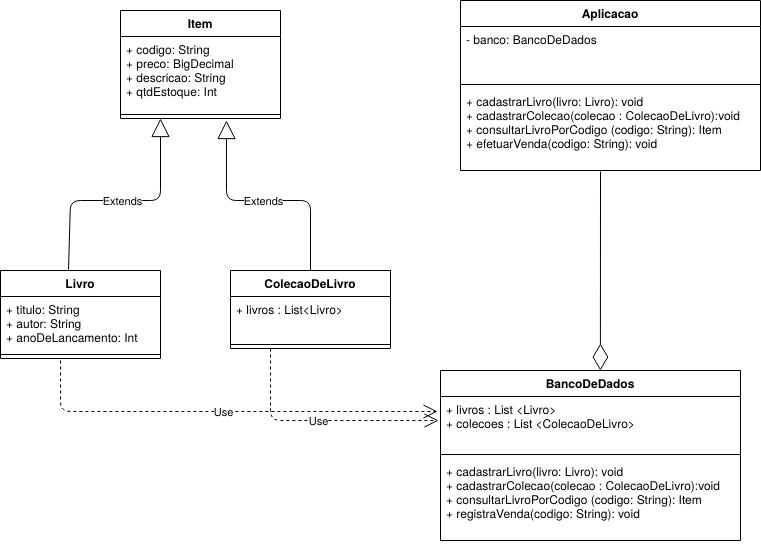
This is midia/preDesafioKotlin.png from RafRunner/PreDesafioKotlin, a draw.io export, as it was before one commit. Source tidied: cells renumbered, new cells last; positions are measured from the earlier drawing's top-left corner, leaving out a move shared by most shapes. The source it was exported from:
```xml
<mxGraphModel background="#ffffff">
  <root>
    <mxCell id="0" />
    <mxCell id="1" parent="0" />
    <mxCell id="2" value="Extends" style="endArrow=block;endSize=16;endFill=0;html=1;entryX=0.25;entryY=1;entryDx=0;entryDy=0;exitX=0.425;exitY=-0.009;exitDx=0;exitDy=0;exitPerimeter=0;" parent="1" edge="1" source="7" target="4">
      <mxGeometry relative="1" as="geometry">
        <Array as="points">
          <mxPoint x="70" y="200" />
          <mxPoint x="160" y="200" />
        </Array>
      </mxGeometry>
    </mxCell>
    <mxCell id="3" value="Extends" style="endArrow=block;endSize=16;endFill=0;html=1;" parent="1" edge="1" source="10">
      <mxGeometry relative="1" as="geometry">
        <mxPoint x="226" y="120" as="targetPoint" />
        <Array as="points">
          <mxPoint x="310" y="200" />
          <mxPoint x="226" y="200" />
        </Array>
      </mxGeometry>
    </mxCell>
    <mxCell id="4" value="Item" style="swimlane;fontStyle=1;align=center;verticalAlign=top;horizontal=1;startSize=26;" parent="1" vertex="1">
      <mxGeometry x="120" y="10" width="160" height="108" as="geometry" />
    </mxCell>
    <mxCell id="5" value="+ codigo: String&#10;+ preco: BigDecimal&#10;+ descricao: String&#10;+ qtdEstoque: Int&#10;" style="text;strokeColor=none;fillColor=none;align=left;verticalAlign=top;spacingLeft=4;spacingRight=4;overflow=hidden;" parent="4" vertex="1">
      <mxGeometry y="26" width="160" height="74" as="geometry" />
    </mxCell>
    <mxCell id="6" style="line;strokeWidth=1;fillColor=none;align=left;verticalAlign=middle;spacingTop=-1;spacingLeft=3;spacingRight=3;labelPosition=right;" parent="4" vertex="1">
      <mxGeometry y="100" width="160" height="8" as="geometry" />
    </mxCell>
    <mxCell id="7" value="Livro" style="swimlane;fontStyle=1;align=center;verticalAlign=top;horizontal=1;startSize=26;" parent="1" vertex="1">
      <mxGeometry y="270" width="160" height="88" as="geometry" />
    </mxCell>
    <mxCell id="8" value="+ titulo: String&#10;+ autor: String&#10;+ anoDeLancamento: Int&#10;&#10;&#10;" style="text;strokeColor=none;fillColor=none;align=left;verticalAlign=top;spacingLeft=4;spacingRight=4;overflow=hidden;points=[[0,0.5],[1,0.5]];portConstraint=eastwest;" parent="7" vertex="1">
      <mxGeometry y="26" width="160" height="54" as="geometry" />
    </mxCell>
    <mxCell id="9" style="line;strokeWidth=1;fillColor=none;align=left;verticalAlign=middle;spacingTop=-1;spacingLeft=3;spacingRight=3;labelPosition=right;" parent="7" vertex="1">
      <mxGeometry y="80" width="160" height="8" as="geometry" />
    </mxCell>
    <mxCell id="10" value="ColecaoDeLivro" style="swimlane;fontStyle=1;align=center;verticalAlign=top;horizontal=1;startSize=26;" parent="1" vertex="1">
      <mxGeometry x="230" y="270" width="160" height="78" as="geometry" />
    </mxCell>
    <mxCell id="11" value="+ livros : List&lt;Livro&gt;" style="text;strokeColor=none;fillColor=none;align=left;verticalAlign=top;spacingLeft=4;spacingRight=4;overflow=hidden;points=[[0,0.5],[1,0.5]];portConstraint=eastwest;" parent="10" vertex="1">
      <mxGeometry y="26" width="160" height="44" as="geometry" />
    </mxCell>
    <mxCell id="12" style="line;strokeWidth=1;fillColor=none;align=left;verticalAlign=middle;spacingTop=-1;spacingLeft=3;spacingRight=3;labelPosition=right;" parent="10" vertex="1">
      <mxGeometry y="70" width="160" height="8" as="geometry" />
    </mxCell>
    <mxCell id="13" value="Aplicacao" style="swimlane;fontStyle=1;align=center;verticalAlign=top;horizontal=1;startSize=26;" parent="1" vertex="1">
      <mxGeometry x="460" width="300" height="170" as="geometry" />
    </mxCell>
    <mxCell id="14" value="- banco: BancoDeDados" style="text;strokeColor=none;fillColor=none;align=left;verticalAlign=top;spacingLeft=4;spacingRight=4;overflow=hidden;" parent="13" vertex="1">
      <mxGeometry y="26" width="300" height="54" as="geometry" />
    </mxCell>
    <mxCell id="15" style="line;strokeWidth=1;fillColor=none;align=left;verticalAlign=middle;spacingTop=-1;spacingLeft=3;spacingRight=3;labelPosition=right;" parent="13" vertex="1">
      <mxGeometry y="80" width="300" height="8" as="geometry" />
    </mxCell>
    <mxCell id="16" value="+ cadastrarLivro(livro: Livro): void&#10;+ cadastrarColecao(colecao : ColecaoDeLivro):void&#10;+ consultarLivroPorCodigo (codigo: String): Item&#10;+ efetuarVenda(codigo: String): void &#10;" style="text;strokeColor=none;fillColor=none;align=left;verticalAlign=top;spacingLeft=4;spacingRight=4;overflow=hidden;" parent="13" vertex="1">
      <mxGeometry y="88" width="300" height="82" as="geometry" />
    </mxCell>
    <mxCell id="17" value="BancoDeDados" style="swimlane;fontStyle=1;align=center;verticalAlign=top;horizontal=1;startSize=26;" parent="1" vertex="1">
      <mxGeometry x="440" y="370" width="300" height="170" as="geometry" />
    </mxCell>
    <mxCell id="18" value="+ livros : List &lt;Livro&gt;&#10;+ colecoes : List &lt;ColecaoDeLivro&gt;&#10;" style="text;strokeColor=none;fillColor=none;align=left;verticalAlign=top;spacingLeft=4;spacingRight=4;overflow=hidden;points=[[0,0.5],[1,0.5]];portConstraint=eastwest;" parent="17" vertex="1">
      <mxGeometry y="26" width="300" height="54" as="geometry" />
    </mxCell>
    <mxCell id="19" style="line;strokeWidth=1;fillColor=none;align=left;verticalAlign=middle;spacingTop=-1;spacingLeft=3;spacingRight=3;labelPosition=right;" parent="17" vertex="1">
      <mxGeometry y="80" width="300" height="8" as="geometry" />
    </mxCell>
    <mxCell id="20" value="+ cadastrarLivro(livro: Livro): void&#10;+ cadastrarColecao(colecao : ColecaoDeLivro):void&#10;+ consultarLivroPorCodigo (codigo: String): Item&#10;+ registraVenda(codigo: String): void &#10;" style="text;strokeColor=none;fillColor=none;align=left;verticalAlign=top;spacingLeft=4;spacingRight=4;overflow=hidden;" parent="17" vertex="1">
      <mxGeometry y="88" width="300" height="82" as="geometry" />
    </mxCell>
    <mxCell id="21" value="Use" style="endArrow=open;endSize=12;dashed=1;html=1;entryX=-0.01;entryY=0.278;entryDx=0;entryDy=0;entryPerimeter=0;" parent="1" edge="1" target="18">
      <mxGeometry relative="1" as="geometry">
        <mxPoint x="60" y="360" as="sourcePoint" />
        <Array as="points">
          <mxPoint x="60" y="411" />
        </Array>
      </mxGeometry>
    </mxCell>
    <mxCell id="22" value="Use" style="endArrow=open;endSize=12;dashed=1;html=1;exitX=0.25;exitY=1;exitDx=0;exitDy=0;" parent="1" edge="1" source="10">
      <mxGeometry relative="1" as="geometry">
        <mxPoint x="438" y="420" as="targetPoint" />
        <Array as="points">
          <mxPoint x="270" y="420" />
        </Array>
      </mxGeometry>
    </mxCell>
    <mxCell id="23" style="endArrow=diamondThin;endFill=0;endSize=24;html=1;entryX=0.533;entryY=0;entryDx=0;entryDy=0;entryPerimeter=0;" parent="1" edge="1" target="17">
      <mxGeometry relative="1" as="geometry">
        <mxPoint x="600" y="171" as="sourcePoint" />
      </mxGeometry>
    </mxCell>
  </root>
</mxGraphModel>
```
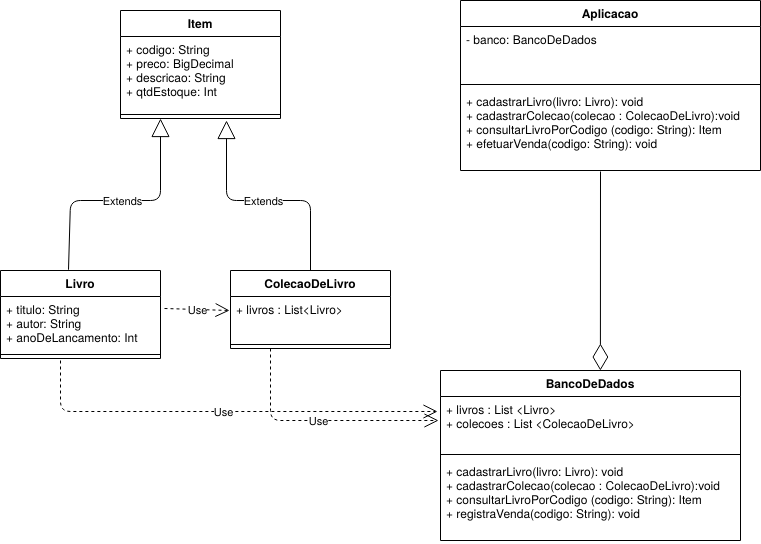
The same diagram one commit later.

Commit message:
criando Main e atualizando UML

What changed in the source:
```diff
@@ -91,5 +91,8 @@
         <mxPoint x="600" y="171" as="sourcePoint" />
       </mxGeometry>
     </mxCell>
+    <mxCell id="24" value="Use" style="endArrow=open;endSize=12;dashed=1;html=1;exitX=1.025;exitY=0.222;exitDx=0;exitDy=0;exitPerimeter=0;entryX=-0.006;entryY=0.318;entryDx=0;entryDy=0;entryPerimeter=0;" parent="1" edge="1" source="8" target="11">
+      <mxGeometry relative="1" as="geometry" />
+    </mxCell>
   </root>
 </mxGraphModel>
```
